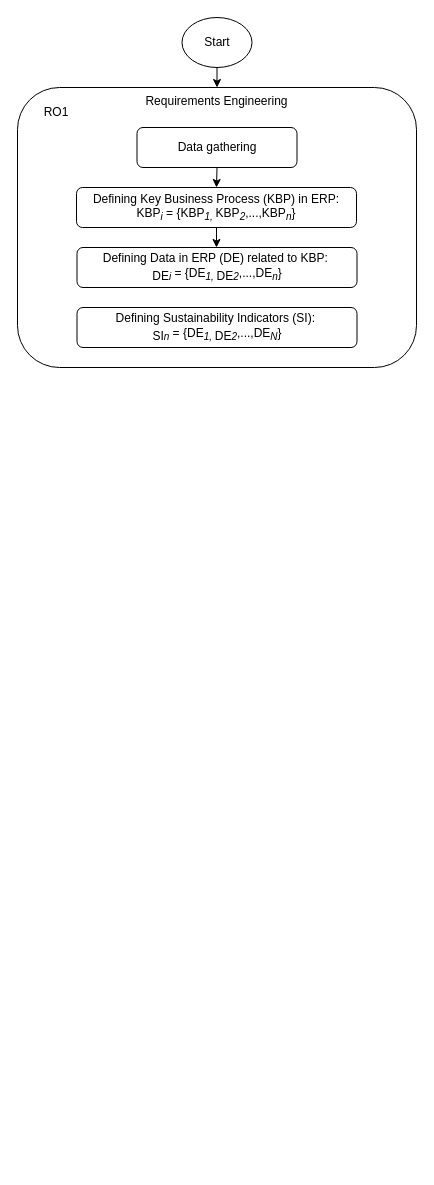
ariesharry/S-ERP keeps this draw.io diagram as Desain Logic iS-ERP.drawio. Above is the earlier version. Source tidied: cells renumbered, new cells numbered last; positions are measured from the earlier drawing's top-left corner, leaving out a move shared by most shapes. Both pictures are drawn from the tidied source at 100%, with x=0, y=0 at pixel (17, 17).
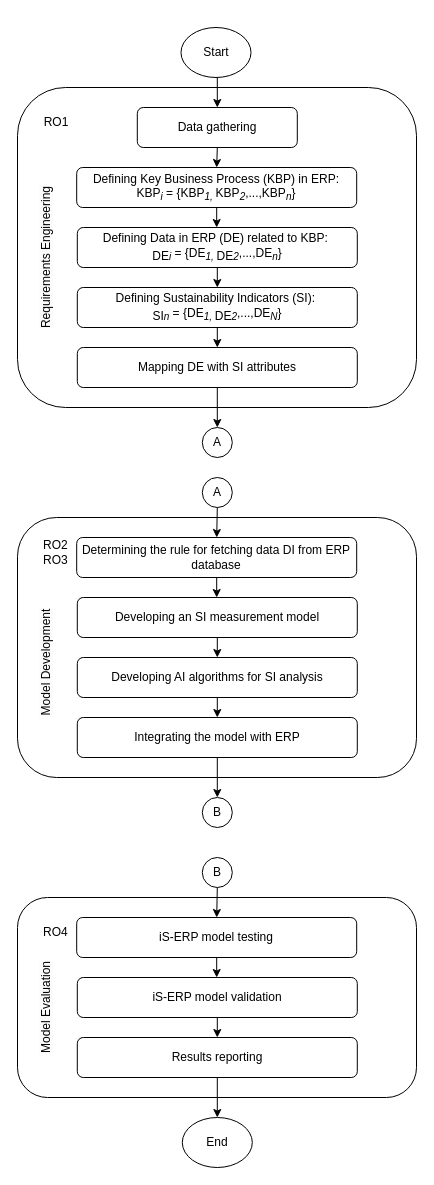
The same diagram, later.

What changed in the source:
```diff
@@
-    <mxCell id="2" value="Requirements Engineering" style="rounded=1;whiteSpace=wrap;html=1;verticalAlign=top;" parent="1" vertex="1">
-      <mxGeometry y="70" width="399" height="280" as="geometry" />
+    <mxCell id="2" style="rounded=1;whiteSpace=wrap;html=1;verticalAlign=top;" parent="1" vertex="1">
+      <mxGeometry y="70" width="399" height="320" as="geometry" />
     </mxCell>
-    <mxCell id="3" style="edgeStyle=orthogonalEdgeStyle;rounded=0;jettySize=auto;html=1;exitX=0.5;exitY=1;exitDx=0;exitDy=0;entryX=0.5;entryY=0;entryDx=0;entryDy=0;" parent="1" edge="1" source="4" target="2">
+    <mxCell id="3" style="edgeStyle=orthogonalEdgeStyle;rounded=0;jettySize=auto;html=1;exitX=0.5;exitY=1;exitDx=0;exitDy=0;entryX=0.5;entryY=0;entryDx=0;entryDy=0;" parent="1" edge="1" source="4" target="7">
       <mxGeometry relative="1" as="geometry" />
     </mxCell>
     <mxCell id="4" value="Start" style="ellipse;whiteSpace=wrap;html=1;" parent="1" vertex="1">
-      <mxGeometry x="164.5" width="70" height="50" as="geometry" />
+      <mxGeometry x="163.5" y="10" width="70" height="50" as="geometry" />
     </mxCell>
     <mxCell id="5" value="RO1" style="text;html=1;align=center;verticalAlign=middle;whiteSpace=wrap;rounded=0;" parent="1" vertex="1">
-      <mxGeometry x="9" y="80" width="60" height="30" as="geometry" />
+      <mxGeometry x="9" y="90" width="60" height="30" as="geometry" />
     </mxCell>
@@
     <mxCell id="7" value="Data gathering" style="rounded=1;whiteSpace=wrap;html=1;" parent="1" vertex="1">
-      <mxGeometry x="119.5" y="110" width="160" height="40" as="geometry" />
+      <mxGeometry x="119.8" y="90" width="160" height="40" as="geometry" />
     </mxCell>
@@
     <mxCell id="9" value="Defining Key Business Process (KBP) in ERP: KBP&lt;sub&gt;&lt;i&gt;i&lt;/i&gt;&lt;/sub&gt;&amp;nbsp;= {KBP&lt;sub&gt;&lt;i&gt;1,&amp;nbsp;&lt;/i&gt;&lt;/sub&gt;KBP&lt;sub&gt;&lt;i&gt;2&lt;/i&gt;&lt;/sub&gt;,...,KBP&lt;sub&gt;&lt;i&gt;n&lt;/i&gt;&lt;/sub&gt;}" style="rounded=1;whiteSpace=wrap;html=1;" parent="1" vertex="1">
-      <mxGeometry x="59" y="170" width="280" height="40" as="geometry" />
+      <mxGeometry x="59.2" y="150" width="280" height="40" as="geometry" />
     </mxCell>
+    <mxCell id="12" style="edgeStyle=orthogonalEdgeStyle;rounded=0;jettySize=auto;html=1;exitX=0.5;exitY=1;exitDx=0;exitDy=0;entryX=0.5;entryY=0;entryDx=0;entryDy=0;" parent="1" edge="1" source="10" target="11">
+      <mxGeometry relative="1" as="geometry" />
+    </mxCell>
     <mxCell id="10" value="Defining Data in ERP (DE) related to KBP:&amp;nbsp;&lt;div&gt;&lt;sub&gt;&lt;span style=&quot;font-size: 12px;&quot;&gt;DE&lt;/span&gt;&lt;i&gt;i&lt;/i&gt;&lt;/sub&gt;&amp;nbsp;= {DE&lt;sub&gt;&lt;i&gt;1, &lt;/i&gt;&lt;span style=&quot;font-size: 12px;&quot;&gt;DE&lt;/span&gt;&lt;/sub&gt;&lt;sub&gt;&lt;i&gt;2&lt;/i&gt;&lt;/sub&gt;,...,DE&lt;sub&gt;&lt;i&gt;n&lt;/i&gt;&lt;/sub&gt;}&lt;/div&gt;" style="rounded=1;whiteSpace=wrap;html=1;" parent="1" vertex="1">
-      <mxGeometry x="59.5" y="230" width="280" height="40" as="geometry" />
+      <mxGeometry x="59.8" y="210" width="280" height="40" as="geometry" />
     </mxCell>
+    <mxCell id="13" style="edgeStyle=orthogonalEdgeStyle;rounded=0;jettySize=auto;html=1;exitX=0.5;exitY=1;exitDx=0;exitDy=0;entryX=0.5;entryY=0;entryDx=0;entryDy=0;" parent="1" edge="1" source="11" target="15">
+      <mxGeometry relative="1" as="geometry" />
+    </mxCell>
     <mxCell id="11" value="Defining Sustainability Indicators (SI):&amp;nbsp;&lt;div&gt;&lt;sub&gt;&lt;span style=&quot;font-size: 12px;&quot;&gt;SI&lt;/span&gt;&lt;i&gt;n&lt;/i&gt;&lt;/sub&gt;&amp;nbsp;= {DE&lt;sub&gt;&lt;i&gt;1, &lt;/i&gt;&lt;span style=&quot;font-size: 12px;&quot;&gt;DE&lt;/span&gt;&lt;/sub&gt;&lt;sub&gt;&lt;i&gt;2&lt;/i&gt;&lt;/sub&gt;,...,DE&lt;sub&gt;&lt;i&gt;N&lt;/i&gt;&lt;/sub&gt;}&lt;/div&gt;" style="rounded=1;whiteSpace=wrap;html=1;" parent="1" vertex="1">
-      <mxGeometry x="59.5" y="290" width="280" height="40" as="geometry" />
+      <mxGeometry x="59.8" y="270" width="280" height="40" as="geometry" />
     </mxCell>
+    <mxCell id="14" style="edgeStyle=orthogonalEdgeStyle;rounded=0;jettySize=auto;html=1;exitX=0.5;exitY=1;exitDx=0;exitDy=0;entryX=0.5;entryY=0;entryDx=0;entryDy=0;" parent="1" edge="1" source="15" target="30">
+      <mxGeometry relative="1" as="geometry" />
+    </mxCell>
+    <mxCell id="15" value="Mapping DE with SI attributes" style="rounded=1;whiteSpace=wrap;html=1;" parent="1" vertex="1">
+      <mxGeometry x="59.8" y="330" width="280" height="40" as="geometry" />
+    </mxCell>
+    <mxCell id="16" style="rounded=1;whiteSpace=wrap;html=1;verticalAlign=top;" parent="1" vertex="1">
+      <mxGeometry y="500" width="399" height="260" as="geometry" />
+    </mxCell>
+    <mxCell id="17" value="RO2&lt;div&gt;RO3&lt;/div&gt;" style="text;html=1;align=left;verticalAlign=middle;whiteSpace=wrap;rounded=0;" parent="1" vertex="1">
+      <mxGeometry x="24" y="520" width="30" height="30" as="geometry" />
+    </mxCell>
+    <mxCell id="18" style="edgeStyle=orthogonalEdgeStyle;rounded=0;jettySize=auto;html=1;exitX=0.5;exitY=1;exitDx=0;exitDy=0;" parent="1" edge="1" source="19" target="21">
+      <mxGeometry relative="1" as="geometry" />
+    </mxCell>
+    <mxCell id="19" value="Determining the rule for fetching data DI from ERP database" style="rounded=1;whiteSpace=wrap;html=1;" parent="1" vertex="1">
+      <mxGeometry x="59.2" y="520" width="280" height="40" as="geometry" />
+    </mxCell>
+    <mxCell id="20" style="edgeStyle=orthogonalEdgeStyle;rounded=0;jettySize=auto;html=1;exitX=0.5;exitY=1;exitDx=0;exitDy=0;entryX=0.5;entryY=0;entryDx=0;entryDy=0;" parent="1" edge="1" source="21" target="23">
+      <mxGeometry relative="1" as="geometry" />
+    </mxCell>
+    <mxCell id="21" value="Developing an SI measurement model" style="rounded=1;whiteSpace=wrap;html=1;" parent="1" vertex="1">
+      <mxGeometry x="59.8" y="580" width="280" height="40" as="geometry" />
+    </mxCell>
+    <mxCell id="22" style="edgeStyle=orthogonalEdgeStyle;rounded=0;jettySize=auto;html=1;exitX=0.5;exitY=1;exitDx=0;exitDy=0;entryX=0.5;entryY=0;entryDx=0;entryDy=0;" parent="1" edge="1" source="23" target="25">
+      <mxGeometry relative="1" as="geometry" />
+    </mxCell>
+    <mxCell id="23" value="Developing AI algorithms for SI analysis" style="rounded=1;whiteSpace=wrap;html=1;" parent="1" vertex="1">
+      <mxGeometry x="59.8" y="640" width="280" height="40" as="geometry" />
+    </mxCell>
+    <mxCell id="24" style="edgeStyle=orthogonalEdgeStyle;rounded=0;jettySize=auto;html=1;exitX=0.5;exitY=1;exitDx=0;exitDy=0;entryX=0.5;entryY=0;entryDx=0;entryDy=0;" parent="1" edge="1" source="25" target="42">
+      <mxGeometry relative="1" as="geometry" />
+    </mxCell>
+    <mxCell id="25" value="Integrating the model with ERP" style="rounded=1;whiteSpace=wrap;html=1;" parent="1" vertex="1">
+      <mxGeometry x="59.8" y="700" width="280" height="40" as="geometry" />
+    </mxCell>
+    <mxCell id="26" value="&lt;span style=&quot;color: rgb(0, 0, 0); font-family: Helvetica; font-size: 12px; font-style: normal; font-variant-ligatures: normal; font-variant-caps: normal; font-weight: 400; letter-spacing: normal; orphans: 2; text-indent: 0px; text-transform: none; widows: 2; word-spacing: 0px; -webkit-text-stroke-width: 0px; white-space: normal; background-color: rgb(251, 251, 251); text-decoration-thickness: initial; text-decoration-style: initial; text-decoration-color: initial; float: none; display: inline !important;&quot;&gt;Requirements Engineering&lt;/span&gt;" style="text;whiteSpace=wrap;html=1;align=center;verticalAlign=middle;rotation=-90;" parent="1" vertex="1">
+      <mxGeometry x="-61" y="230" width="180" height="20" as="geometry" />
+    </mxCell>
+    <mxCell id="27" value="&lt;span style=&quot;color: rgb(0, 0, 0); font-family: Helvetica; font-size: 12px; font-style: normal; font-variant-ligatures: normal; font-variant-caps: normal; font-weight: 400; letter-spacing: normal; orphans: 2; text-indent: 0px; text-transform: none; widows: 2; word-spacing: 0px; -webkit-text-stroke-width: 0px; white-space: normal; background-color: rgb(251, 251, 251); text-decoration-thickness: initial; text-decoration-style: initial; text-decoration-color: initial; float: none; display: inline !important;&quot;&gt;Model Development&lt;/span&gt;" style="text;whiteSpace=wrap;html=1;align=center;verticalAlign=middle;rotation=-90;" parent="1" vertex="1">
+      <mxGeometry x="-41" y="635" width="140" height="20" as="geometry" />
+    </mxCell>
+    <mxCell id="28" style="edgeStyle=orthogonalEdgeStyle;rounded=0;jettySize=auto;html=1;exitX=0.5;exitY=1;exitDx=0;exitDy=0;entryX=0.5;entryY=0;entryDx=0;entryDy=0;" parent="1" edge="1" source="29" target="19">
+      <mxGeometry relative="1" as="geometry" />
+    </mxCell>
+    <mxCell id="29" value="A" style="ellipse;whiteSpace=wrap;html=1;" parent="1" vertex="1">
+      <mxGeometry x="184.8" y="460" width="30" height="30" as="geometry" />
+    </mxCell>
+    <mxCell id="30" value="A" style="ellipse;whiteSpace=wrap;html=1;" parent="1" vertex="1">
+      <mxGeometry x="184.8" y="410" width="30" height="30" as="geometry" />
+    </mxCell>
+    <mxCell id="31" style="rounded=1;whiteSpace=wrap;html=1;verticalAlign=top;" parent="1" vertex="1">
+      <mxGeometry y="880" width="399" height="200" as="geometry" />
+    </mxCell>
+    <mxCell id="32" value="RO4" style="text;html=1;align=left;verticalAlign=middle;whiteSpace=wrap;rounded=0;" parent="1" vertex="1">
+      <mxGeometry x="24" y="900" width="30" height="30" as="geometry" />
+    </mxCell>
+    <mxCell id="33" style="edgeStyle=orthogonalEdgeStyle;rounded=0;jettySize=auto;html=1;exitX=0.5;exitY=1;exitDx=0;exitDy=0;" parent="1" edge="1" source="34" target="36">
+      <mxGeometry relative="1" as="geometry" />
+    </mxCell>
+    <mxCell id="34" value="iS-ERP model testing" style="rounded=1;whiteSpace=wrap;html=1;" parent="1" vertex="1">
+      <mxGeometry x="59.2" y="900" width="280" height="40" as="geometry" />
+    </mxCell>
+    <mxCell id="35" style="edgeStyle=orthogonalEdgeStyle;rounded=0;jettySize=auto;html=1;exitX=0.5;exitY=1;exitDx=0;exitDy=0;entryX=0.5;entryY=0;entryDx=0;entryDy=0;" parent="1" edge="1" source="36" target="38">
+      <mxGeometry relative="1" as="geometry" />
+    </mxCell>
+    <mxCell id="36" value="iS-ERP model validation" style="rounded=1;whiteSpace=wrap;html=1;" parent="1" vertex="1">
+      <mxGeometry x="59.8" y="960" width="280" height="40" as="geometry" />
+    </mxCell>
+    <mxCell id="37" style="edgeStyle=orthogonalEdgeStyle;rounded=0;jettySize=auto;html=1;exitX=0.5;exitY=1;exitDx=0;exitDy=0;entryX=0.5;entryY=0;entryDx=0;entryDy=0;" parent="1" edge="1" source="38" target="43">
+      <mxGeometry relative="1" as="geometry" />
+    </mxCell>
+    <mxCell id="38" value="Results reporting" style="rounded=1;whiteSpace=wrap;html=1;" parent="1" vertex="1">
+      <mxGeometry x="59.8" y="1020" width="280" height="40" as="geometry" />
+    </mxCell>
+    <mxCell id="39" value="&lt;span style=&quot;color: rgb(0, 0, 0); font-family: Helvetica; font-size: 12px; font-style: normal; font-variant-ligatures: normal; font-variant-caps: normal; font-weight: 400; letter-spacing: normal; orphans: 2; text-indent: 0px; text-transform: none; widows: 2; word-spacing: 0px; -webkit-text-stroke-width: 0px; white-space: normal; background-color: rgb(251, 251, 251); text-decoration-thickness: initial; text-decoration-style: initial; text-decoration-color: initial; float: none; display: inline !important;&quot;&gt;Model Evaluation&lt;/span&gt;" style="text;whiteSpace=wrap;html=1;align=center;verticalAlign=middle;rotation=-90;" parent="1" vertex="1">
+      <mxGeometry x="-41" y="980" width="140" height="20" as="geometry" />
+    </mxCell>
+    <mxCell id="40" style="edgeStyle=orthogonalEdgeStyle;rounded=0;jettySize=auto;html=1;exitX=0.5;exitY=1;exitDx=0;exitDy=0;entryX=0.5;entryY=0;entryDx=0;entryDy=0;" parent="1" edge="1" source="41" target="34">
+      <mxGeometry relative="1" as="geometry" />
+    </mxCell>
+    <mxCell id="41" value="B" style="ellipse;whiteSpace=wrap;html=1;" parent="1" vertex="1">
+      <mxGeometry x="184.8" y="840" width="30" height="30" as="geometry" />
+    </mxCell>
+    <mxCell id="42" value="B" style="ellipse;whiteSpace=wrap;html=1;" parent="1" vertex="1">
+      <mxGeometry x="184.8" y="780" width="30" height="30" as="geometry" />
+    </mxCell>
+    <mxCell id="43" value="End" style="ellipse;whiteSpace=wrap;html=1;" parent="1" vertex="1">
+      <mxGeometry x="164.8" y="1100" width="70" height="50" as="geometry" />
+    </mxCell>
```
